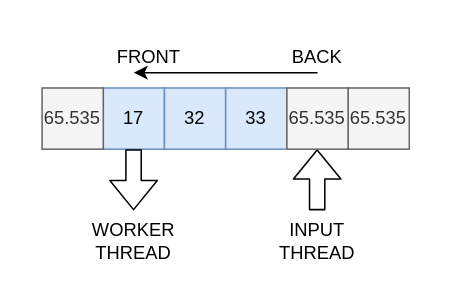
Before: page "input-queue" (1 of 2) of report/mandelbrot/assets/queues.drawio in SoulKa/cds-s-2021, a draw.io diagram. Source tidied: cells renumbered, new cells numbered last; positions are measured from the earlier drawing's top-left corner, leaving out a move shared by most shapes. Both pictures are drawn from the tidied source at 153%, with x=0, y=0 at pixel (41, 41).
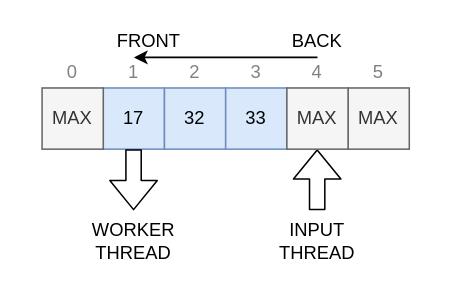
The same page after the edit.

Change to the diagram source:
```diff
@@
+    <mxCell id="15" style="rounded=0;whiteSpace=wrap;html=1;fillColor=none;strokeColor=none;" parent="1" vertex="1">
+      <mxGeometry x="-10" y="-10" width="260" height="160" as="geometry" />
+    </mxCell>
@@
-    <mxCell id="5" value="65.535" style="rounded=0;whiteSpace=wrap;html=1;fillColor=#f5f5f5;strokeColor=#666666;fontColor=#333333;" parent="1" vertex="1">
+    <mxCell id="5" value="MAX" style="rounded=0;whiteSpace=wrap;html=1;fillColor=#f5f5f5;strokeColor=#666666;fontColor=#333333;" parent="1" vertex="1">
       <mxGeometry y="30" width="40" height="40" as="geometry" />
     </mxCell>
-    <mxCell id="6" value="65.535" style="rounded=0;whiteSpace=wrap;html=1;fillColor=#f5f5f5;strokeColor=#666666;fontColor=#333333;" parent="1" vertex="1">
+    <mxCell id="6" value="MAX" style="rounded=0;whiteSpace=wrap;html=1;fillColor=#f5f5f5;strokeColor=#666666;fontColor=#333333;" parent="1" vertex="1">
       <mxGeometry x="200" y="30" width="40" height="40" as="geometry" />
     </mxCell>
@@
-    <mxCell id="9" value="65.535" style="rounded=0;whiteSpace=wrap;html=1;fillColor=#f5f5f5;strokeColor=#666666;fontColor=#333333;" parent="1" vertex="1">
+    <mxCell id="9" value="MAX" style="rounded=0;whiteSpace=wrap;html=1;fillColor=#f5f5f5;strokeColor=#666666;fontColor=#333333;" parent="1" vertex="1">
       <mxGeometry x="160" y="30" width="40" height="40" as="geometry" />
     </mxCell>
@@
     <mxCell id="12" value="FRONT" style="text;html=1;strokeColor=none;fillColor=none;align=center;verticalAlign=middle;whiteSpace=wrap;rounded=0;" parent="1" vertex="1">
-      <mxGeometry x="50" width="40" height="20" as="geometry" />
+      <mxGeometry x="50" y="-10" width="40" height="20" as="geometry" />
     </mxCell>
     <mxCell id="13" value="BACK" style="text;html=1;strokeColor=none;fillColor=none;align=center;verticalAlign=middle;whiteSpace=wrap;rounded=0;" parent="1" vertex="1">
-      <mxGeometry x="160" width="40" height="20" as="geometry" />
+      <mxGeometry x="160" y="-10" width="40" height="20" as="geometry" />
     </mxCell>
     <mxCell id="14" style="endArrow=classic;html=1;" parent="1" edge="1">
       <mxGeometry relative="1" as="geometry">
-        <mxPoint x="180" y="20" as="sourcePoint" />
-        <mxPoint x="60" y="20" as="targetPoint" />
+        <mxPoint x="180" y="10" as="sourcePoint" />
+        <mxPoint x="60" y="10" as="targetPoint" />
       </mxGeometry>
     </mxCell>
+    <mxCell id="16" value="0" style="text;html=1;strokeColor=none;fillColor=none;align=center;verticalAlign=middle;whiteSpace=wrap;rounded=0;fontColor=#808080;" parent="1" vertex="1">
+      <mxGeometry x="15" y="10" width="10" height="20" as="geometry" />
+    </mxCell>
+    <mxCell id="17" value="1" style="text;html=1;strokeColor=none;fillColor=none;align=center;verticalAlign=middle;whiteSpace=wrap;rounded=0;fontColor=#808080;" parent="1" vertex="1">
+      <mxGeometry x="55" y="10" width="10" height="20" as="geometry" />
+    </mxCell>
+    <mxCell id="18" value="2" style="text;html=1;strokeColor=none;fillColor=none;align=center;verticalAlign=middle;whiteSpace=wrap;rounded=0;fontColor=#808080;" parent="1" vertex="1">
+      <mxGeometry x="95" y="10" width="10" height="20" as="geometry" />
+    </mxCell>
+    <mxCell id="19" value="3" style="text;html=1;strokeColor=none;fillColor=none;align=center;verticalAlign=middle;whiteSpace=wrap;rounded=0;fontColor=#808080;" parent="1" vertex="1">
+      <mxGeometry x="135" y="10" width="10" height="20" as="geometry" />
+    </mxCell>
+    <mxCell id="20" value="4" style="text;html=1;strokeColor=none;fillColor=none;align=center;verticalAlign=middle;whiteSpace=wrap;rounded=0;fontColor=#808080;" parent="1" vertex="1">
+      <mxGeometry x="175" y="10" width="10" height="20" as="geometry" />
+    </mxCell>
+    <mxCell id="21" value="5" style="text;html=1;strokeColor=none;fillColor=none;align=center;verticalAlign=middle;whiteSpace=wrap;rounded=0;fontColor=#808080;" parent="1" vertex="1">
+      <mxGeometry x="215" y="10" width="10" height="20" as="geometry" />
+    </mxCell>
```
